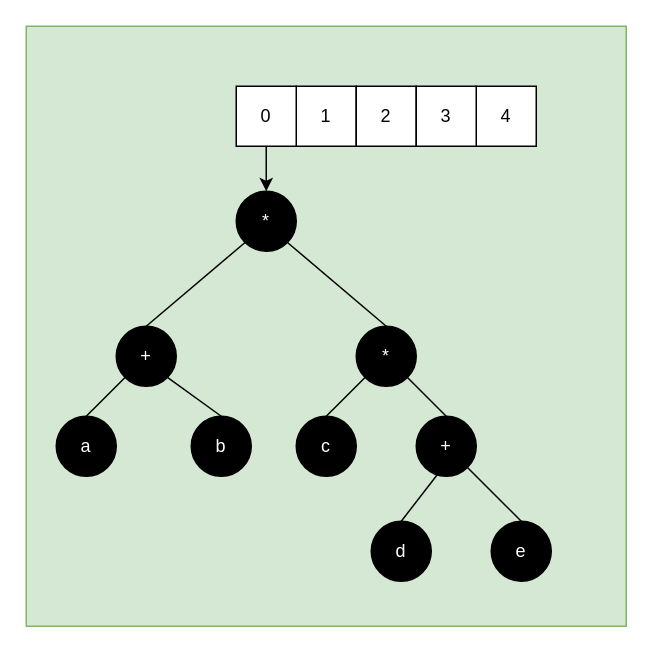
Earlier version of the draw.io diagram page "表达式树" (6 of 8) of HashMap.drawio (chaozhouzhang/learning-summary). Source tidied: cells renumbered, new cells numbered last; positions are measured from the earlier drawing's top-left corner, leaving out a move shared by most shapes. Both pictures are drawn from the tidied source at 150%, with x=0, y=0 at pixel (26, 26).
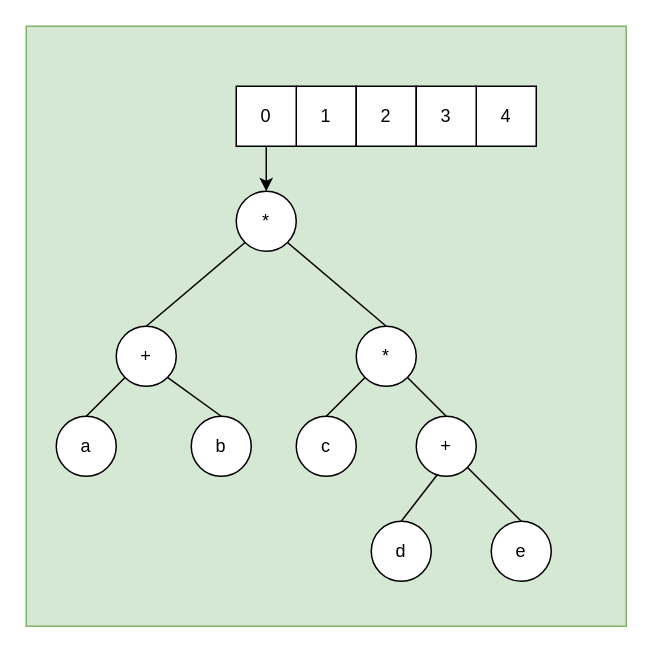
The same diagram, later.

The edit, as a diff of the source:
```diff
@@
-    <mxCell id="3" value="+" style="ellipse;whiteSpace=wrap;html=1;fontColor=#FFFFFF;fillColor=#000000;" parent="1" vertex="1">
+    <mxCell id="3" value="+" style="ellipse;whiteSpace=wrap;html=1;" parent="1" vertex="1">
       <mxGeometry x="60" y="200" width="40" height="40" as="geometry" />
     </mxCell>
-    <mxCell id="4" value="*" style="ellipse;whiteSpace=wrap;html=1;fontColor=#FFFFFF;fillColor=#000000;" parent="1" vertex="1">
+    <mxCell id="4" value="*" style="ellipse;whiteSpace=wrap;html=1;fontColor=#000000;fillColor=#FFFFFF;" parent="1" vertex="1">
       <mxGeometry x="220" y="200" width="40" height="40" as="geometry" />
     </mxCell>
-    <mxCell id="5" value="a" style="ellipse;whiteSpace=wrap;html=1;fontColor=#FFFFFF;fillColor=#000000;" parent="1" vertex="1">
+    <mxCell id="5" value="a" style="ellipse;whiteSpace=wrap;html=1;fontColor=#000000;" parent="1" vertex="1">
       <mxGeometry x="20" y="260" width="40" height="40" as="geometry" />
     </mxCell>
-    <mxCell id="6" value="b" style="ellipse;whiteSpace=wrap;html=1;fontColor=#FFFFFF;fillColor=#000000;" parent="1" vertex="1">
+    <mxCell id="6" value="b" style="ellipse;whiteSpace=wrap;html=1;" parent="1" vertex="1">
       <mxGeometry x="110" y="260" width="40" height="40" as="geometry" />
     </mxCell>
-    <mxCell id="7" value="c" style="ellipse;whiteSpace=wrap;html=1;fontColor=#FFFFFF;fillColor=#000000;" parent="1" vertex="1">
+    <mxCell id="7" value="c" style="ellipse;whiteSpace=wrap;html=1;" parent="1" vertex="1">
       <mxGeometry x="180" y="260" width="40" height="40" as="geometry" />
     </mxCell>
-    <mxCell id="8" value="+" style="ellipse;whiteSpace=wrap;html=1;fontColor=#FFFFFF;fillColor=#000000;" parent="1" vertex="1">
+    <mxCell id="8" value="+" style="ellipse;whiteSpace=wrap;html=1;fontColor=#000000;fillColor=#FFFFFF;" parent="1" vertex="1">
       <mxGeometry x="260" y="260" width="40" height="40" as="geometry" />
     </mxCell>
-    <mxCell id="9" value="*" style="ellipse;whiteSpace=wrap;html=1;fillColor=#000000;strokeColor=#000000;fontColor=#FFFFFF;" parent="1" vertex="1">
+    <mxCell id="9" value="&lt;font color=&quot;#000000&quot;&gt;*&lt;/font&gt;" style="ellipse;whiteSpace=wrap;html=1;fillColor=#FFFFFF;strokeColor=#000000;fontColor=#FFFFFF;" parent="1" vertex="1">
       <mxGeometry x="140" y="110" width="40" height="40" as="geometry" />
     </mxCell>
@@
-    <mxCell id="22" value="d" style="ellipse;whiteSpace=wrap;html=1;fontColor=#FFFFFF;fillColor=#000000;" parent="1" vertex="1">
+    <mxCell id="22" value="d" style="ellipse;whiteSpace=wrap;html=1;fontColor=#000000;fillColor=#FFFFFF;" parent="1" vertex="1">
       <mxGeometry x="230" y="330" width="40" height="40" as="geometry" />
     </mxCell>
-    <mxCell id="23" value="e" style="ellipse;whiteSpace=wrap;html=1;fontColor=#FFFFFF;fillColor=#000000;" parent="1" vertex="1">
+    <mxCell id="23" value="e" style="ellipse;whiteSpace=wrap;html=1;fontColor=#000000;fillColor=#FFFFFF;" parent="1" vertex="1">
       <mxGeometry x="310" y="330" width="40" height="40" as="geometry" />
     </mxCell>
```
